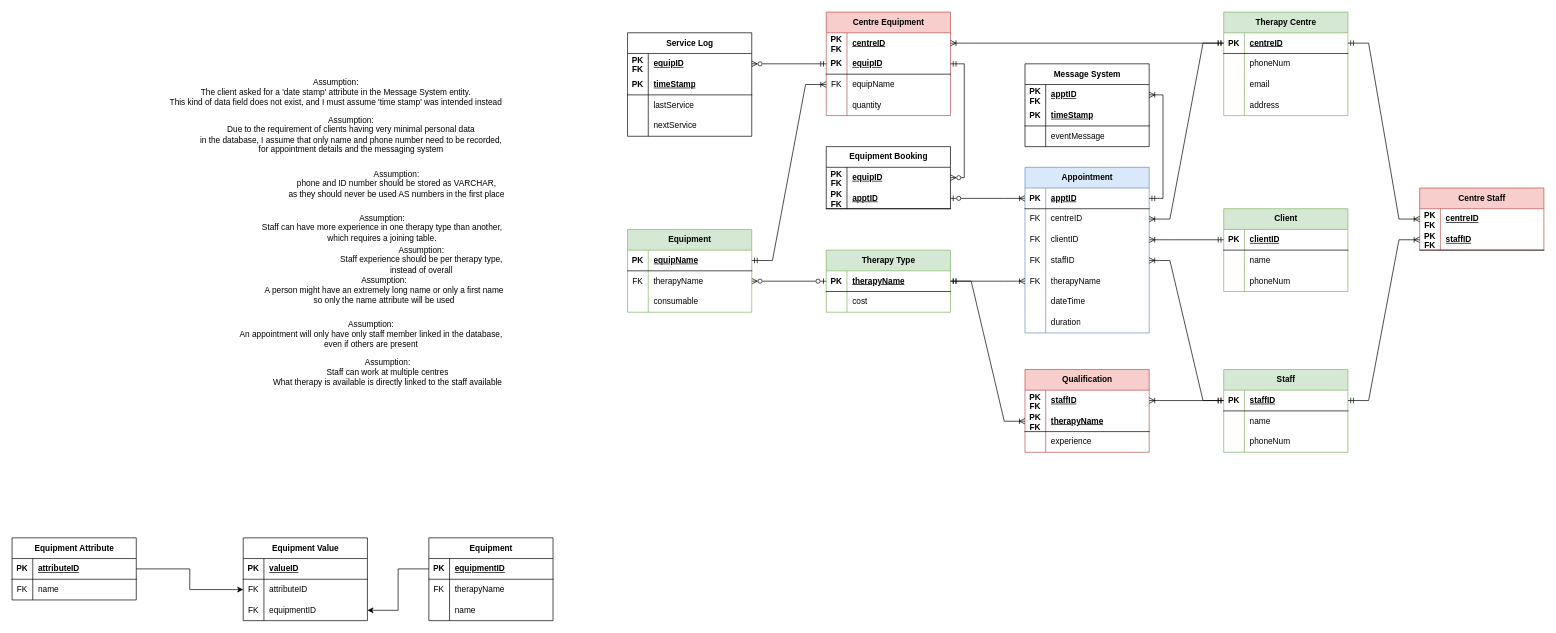
This is Task3a.drawio from Cowsox/Cowsox, a draw.io file, before an edit. Source tidied: cells renumbered, new cells numbered last; positions are measured from the earlier drawing's top-left corner, leaving out a move shared by most shapes. Both pictures are drawn from the tidied source at 69%, with x=0, y=0 at pixel (12, 12).
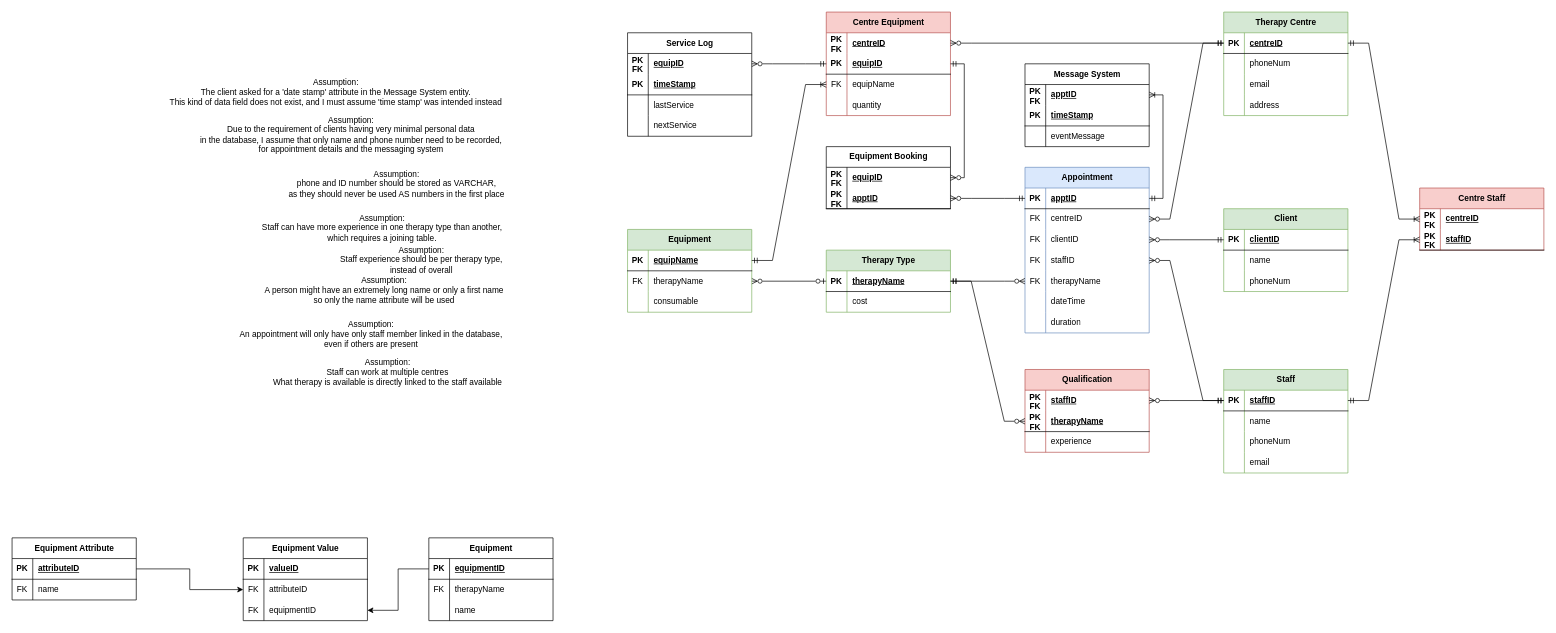
The same page after the edit.

Unchanged cells that the change refers to:
```xml
<mxCell id="3" style="shape=tableRow;horizontal=0;startSize=0;swimlaneHead=0;swimlaneBody=0;fillColor=none;points=[[0,0.5],[1,0.5]];portConstraint=eastwest;top=0;left=0;right=0;bottom=1;" parent="2" vertex="1">
  <mxGeometry y="30" width="180" height="30" as="geometry" />
</mxCell>
<mxCell id="13" style="shape=tableRow;horizontal=0;startSize=0;swimlaneHead=0;swimlaneBody=0;fillColor=none;points=[[0,0.5],[1,0.5]];portConstraint=eastwest;top=0;left=0;right=0;bottom=1;" parent="12" vertex="1">
  <mxGeometry y="30" width="180" height="30" as="geometry" />
</mxCell>
<mxCell id="23" style="shape=tableRow;horizontal=0;startSize=0;swimlaneHead=0;swimlaneBody=0;fillColor=none;points=[[0,0.5],[1,0.5]];portConstraint=eastwest;top=0;left=0;right=0;bottom=1;" parent="22" vertex="1">
  <mxGeometry y="30" width="180" height="30" as="geometry" />
</mxCell>
<mxCell id="37" style="shape=tableRow;horizontal=0;startSize=0;swimlaneHead=0;swimlaneBody=0;fillColor=none;points=[[0,0.5],[1,0.5]];portConstraint=eastwest;top=0;left=0;right=0;bottom=1;" parent="36" vertex="1">
  <mxGeometry y="30" width="180" height="30" as="geometry" />
</mxCell>
<mxCell id="44" style="shape=tableRow;horizontal=0;startSize=0;swimlaneHead=0;swimlaneBody=0;fillColor=none;points=[[0,0.5],[1,0.5]];portConstraint=eastwest;top=0;left=0;right=0;bottom=1;" parent="43" vertex="1">
  <mxGeometry y="30" width="180" height="30" as="geometry" />
</mxCell>
<mxCell id="47" style="shape=tableRow;horizontal=0;startSize=0;swimlaneHead=0;swimlaneBody=0;fillColor=none;points=[[0,0.5],[1,0.5]];portConstraint=eastwest;top=0;left=0;right=0;bottom=0;" parent="43" vertex="1">
  <mxGeometry y="60" width="180" height="30" as="geometry" />
</mxCell>
<mxCell id="50" style="shape=tableRow;horizontal=0;startSize=0;swimlaneHead=0;swimlaneBody=0;fillColor=none;points=[[0,0.5],[1,0.5]];portConstraint=eastwest;top=0;left=0;right=0;bottom=0;" parent="43" vertex="1">
  <mxGeometry y="90" width="180" height="30" as="geometry" />
</mxCell>
<mxCell id="53" style="shape=tableRow;horizontal=0;startSize=0;swimlaneHead=0;swimlaneBody=0;fillColor=none;points=[[0,0.5],[1,0.5]];portConstraint=eastwest;top=0;left=0;right=0;bottom=0;" parent="43" vertex="1">
  <mxGeometry y="120" width="180" height="30" as="geometry" />
</mxCell>
<mxCell id="56" style="shape=tableRow;horizontal=0;startSize=0;swimlaneHead=0;swimlaneBody=0;fillColor=none;points=[[0,0.5],[1,0.5]];portConstraint=eastwest;top=0;left=0;right=0;bottom=0;" parent="43" vertex="1">
  <mxGeometry y="150" width="180" height="30" as="geometry" />
</mxCell>
<mxCell id="76" style="shape=tableRow;horizontal=0;startSize=0;swimlaneHead=0;swimlaneBody=0;fillColor=none;points=[[0,0.5],[1,0.5]];portConstraint=eastwest;top=0;left=0;right=0;bottom=0;" parent="75" vertex="1">
  <mxGeometry y="30" width="180" height="30" as="geometry" />
</mxCell>
<mxCell id="89" style="shape=tableRow;horizontal=0;startSize=0;swimlaneHead=0;swimlaneBody=0;fillColor=none;points=[[0,0.5],[1,0.5]];portConstraint=eastwest;top=0;left=0;right=0;bottom=0;strokeColor=inherit;" parent="88" vertex="1">
  <mxGeometry y="30" width="180" height="30" as="geometry" />
</mxCell>
<mxCell id="92" style="shape=tableRow;horizontal=0;startSize=0;swimlaneHead=0;swimlaneBody=0;fillColor=none;points=[[0,0.5],[1,0.5]];portConstraint=eastwest;top=0;left=0;right=0;bottom=1;" parent="88" vertex="1">
  <mxGeometry y="60" width="180" height="30" as="geometry" />
</mxCell>
<mxCell id="181" style="shape=tableRow;horizontal=0;startSize=0;swimlaneHead=0;swimlaneBody=0;fillColor=none;points=[[0,0.5],[1,0.5]];portConstraint=eastwest;top=0;left=0;right=0;bottom=1;" parent="177" vertex="1">
  <mxGeometry y="60" width="180" height="30" as="geometry" />
</mxCell>
```

What changed in the source:
```diff
@@
     <mxCell id="12" value="Staff" style="shape=table;startSize=30;childLayout=tableLayout;rowLines=0;fontStyle=1;align=center;html=1;fillColor=#d5e8d4;strokeColor=#82b366;" parent="1" vertex="1">
-      <mxGeometry x="1756" y="518" width="180" height="120" as="geometry" />
+      <mxGeometry x="1756" y="518" width="180" height="150" as="geometry" />
     </mxCell>
@@
+    <mxCell id="186" style="shape=tableRow;horizontal=0;startSize=0;swimlaneHead=0;swimlaneBody=0;fillColor=none;top=0;left=0;right=0;bottom=0;" parent="12" vertex="1">
+      <mxGeometry y="120" width="180" height="30" as="geometry" />
+    </mxCell>
+    <mxCell id="187" style="shape=partialRectangle;fillColor=none;top=0;left=0;bottom=0;right=0;overflow=hidden;whiteSpace=wrap;html=1;" parent="186" vertex="1">
+      <mxGeometry width="30" height="30" as="geometry" />
+    </mxCell>
+    <mxCell id="188" value="email" style="shape=partialRectangle;fillColor=none;top=0;left=0;bottom=0;right=0;align=left;spacingLeft=6;overflow=hidden;whiteSpace=wrap;html=1;" parent="186" vertex="1">
+      <mxGeometry x="30" width="150" height="30" as="geometry" />
+    </mxCell>
@@
-    <mxCell id="74" style="edgeStyle=entityRelationEdgeStyle;rounded=0;jettySize=auto;html=1;exitX=1;exitY=0.5;exitDx=0;exitDy=0;entryX=0;entryY=0.5;entryDx=0;entryDy=0;endArrow=ERoneToMany;endFill=0;startArrow=ERmandOne;startFill=0;" parent="1" edge="1" source="37" target="56">
+    <mxCell id="74" style="edgeStyle=entityRelationEdgeStyle;rounded=0;jettySize=auto;html=1;exitX=1;exitY=0.5;exitDx=0;exitDy=0;entryX=0;entryY=0.5;entryDx=0;entryDy=0;endArrow=ERzeroToMany;endFill=0;startArrow=ERmandOne;startFill=0;" parent="1" edge="1" source="37" target="56">
       <mxGeometry relative="1" as="geometry" />
     </mxCell>
@@
-    <mxCell id="98" style="edgeStyle=entityRelationEdgeStyle;rounded=0;jettySize=auto;html=1;exitX=0;exitY=0.5;exitDx=0;exitDy=0;endArrow=ERoneToMany;endFill=0;startArrow=ERmandOne;startFill=0;" parent="1" edge="1" source="13" target="89">
+    <mxCell id="98" style="edgeStyle=entityRelationEdgeStyle;rounded=0;jettySize=auto;html=1;exitX=0;exitY=0.5;exitDx=0;exitDy=0;endArrow=ERzeroToMany;endFill=0;startArrow=ERmandOne;startFill=0;" parent="1" edge="1" source="13" target="89">
       <mxGeometry relative="1" as="geometry" />
     </mxCell>
-    <mxCell id="99" style="edgeStyle=entityRelationEdgeStyle;rounded=0;jettySize=auto;html=1;exitX=0;exitY=0.5;exitDx=0;exitDy=0;entryX=1;entryY=0.5;entryDx=0;entryDy=0;startArrow=ERoneToMany;startFill=0;endArrow=ERmandOne;endFill=0;" parent="1" edge="1" source="92" target="37">
+    <mxCell id="99" style="edgeStyle=entityRelationEdgeStyle;rounded=0;jettySize=auto;html=1;exitX=0;exitY=0.5;exitDx=0;exitDy=0;entryX=1;entryY=0.5;entryDx=0;entryDy=0;startArrow=ERzeroToMany;startFill=0;endArrow=ERmandOne;endFill=0;" parent="1" edge="1" source="92" target="37">
       <mxGeometry relative="1" as="geometry" />
     </mxCell>
@@
-    <mxCell id="124" style="edgeStyle=entityRelationEdgeStyle;rounded=0;jettySize=auto;html=1;entryX=0;entryY=0.5;entryDx=0;entryDy=0;endArrow=ERmandOne;endFill=0;startArrow=ERoneToMany;startFill=0;exitX=1;exitY=0.5;exitDx=0;exitDy=0;" parent="1" edge="1" source="76" target="23">
+    <mxCell id="124" style="edgeStyle=entityRelationEdgeStyle;rounded=0;jettySize=auto;html=1;entryX=0;entryY=0.5;entryDx=0;entryDy=0;endArrow=ERmandOne;endFill=0;startArrow=ERzeroToMany;startFill=0;exitX=1;exitY=0.5;exitDx=0;exitDy=0;" parent="1" edge="1" source="76" target="23">
       <mxGeometry relative="1" as="geometry" />
     </mxCell>
-    <mxCell id="125" style="edgeStyle=entityRelationEdgeStyle;rounded=0;jettySize=auto;html=1;exitX=0;exitY=0.5;exitDx=0;exitDy=0;entryX=1;entryY=0.5;entryDx=0;entryDy=0;startArrow=ERmandOne;startFill=0;endArrow=ERoneToMany;endFill=0;" parent="1" edge="1" source="13" target="53">
+    <mxCell id="125" style="edgeStyle=entityRelationEdgeStyle;rounded=0;jettySize=auto;html=1;exitX=0;exitY=0.5;exitDx=0;exitDy=0;entryX=1;entryY=0.5;entryDx=0;entryDy=0;startArrow=ERmandOne;startFill=0;endArrow=ERzeroToMany;endFill=0;" parent="1" edge="1" source="13" target="53">
       <mxGeometry relative="1" as="geometry" />
     </mxCell>
-    <mxCell id="126" style="edgeStyle=entityRelationEdgeStyle;rounded=0;jettySize=auto;html=1;exitX=0;exitY=0.5;exitDx=0;exitDy=0;entryX=1;entryY=0.5;entryDx=0;entryDy=0;endArrow=ERoneToMany;endFill=0;startArrow=ERmandOne;startFill=0;" parent="1" edge="1" source="3" target="50">
+    <mxCell id="126" style="edgeStyle=entityRelationEdgeStyle;rounded=0;jettySize=auto;html=1;exitX=0;exitY=0.5;exitDx=0;exitDy=0;entryX=1;entryY=0.5;entryDx=0;entryDy=0;endArrow=ERzeroToMany;endFill=0;startArrow=ERmandOne;startFill=0;" parent="1" edge="1" source="3" target="50">
       <mxGeometry relative="1" as="geometry" />
     </mxCell>
-    <mxCell id="127" style="edgeStyle=entityRelationEdgeStyle;rounded=0;jettySize=auto;html=1;exitX=0;exitY=0.5;exitDx=0;exitDy=0;entryX=1;entryY=0.5;entryDx=0;entryDy=0;endArrow=ERoneToMany;endFill=0;startArrow=ERmandOne;startFill=0;" parent="1" edge="1" source="23" target="47">
+    <mxCell id="127" style="edgeStyle=entityRelationEdgeStyle;rounded=0;jettySize=auto;html=1;exitX=0;exitY=0.5;exitDx=0;exitDy=0;entryX=1;entryY=0.5;entryDx=0;entryDy=0;endArrow=ERzeroToMany;endFill=0;startArrow=ERmandOne;startFill=0;" parent="1" edge="1" source="23" target="47">
       <mxGeometry relative="1" as="geometry" />
     </mxCell>
@@
-    <mxCell id="185" style="edgeStyle=entityRelationEdgeStyle;rounded=0;jettySize=auto;html=1;exitX=1;exitY=0.5;exitDx=0;exitDy=0;entryX=0;entryY=0.5;entryDx=0;entryDy=0;endArrow=ERoneToMany;endFill=0;startArrow=ERzeroToOne;startFill=0;" parent="1" edge="1" source="181" target="44">
+    <mxCell id="185" style="edgeStyle=entityRelationEdgeStyle;rounded=0;jettySize=auto;html=1;exitX=1;exitY=0.5;exitDx=0;exitDy=0;entryX=0;entryY=0.5;entryDx=0;entryDy=0;endArrow=ERmandOne;endFill=0;startArrow=ERzeroToMany;startFill=0;" parent="1" edge="1" source="181" target="44">
       <mxGeometry relative="1" as="geometry" />
     </mxCell>
```
